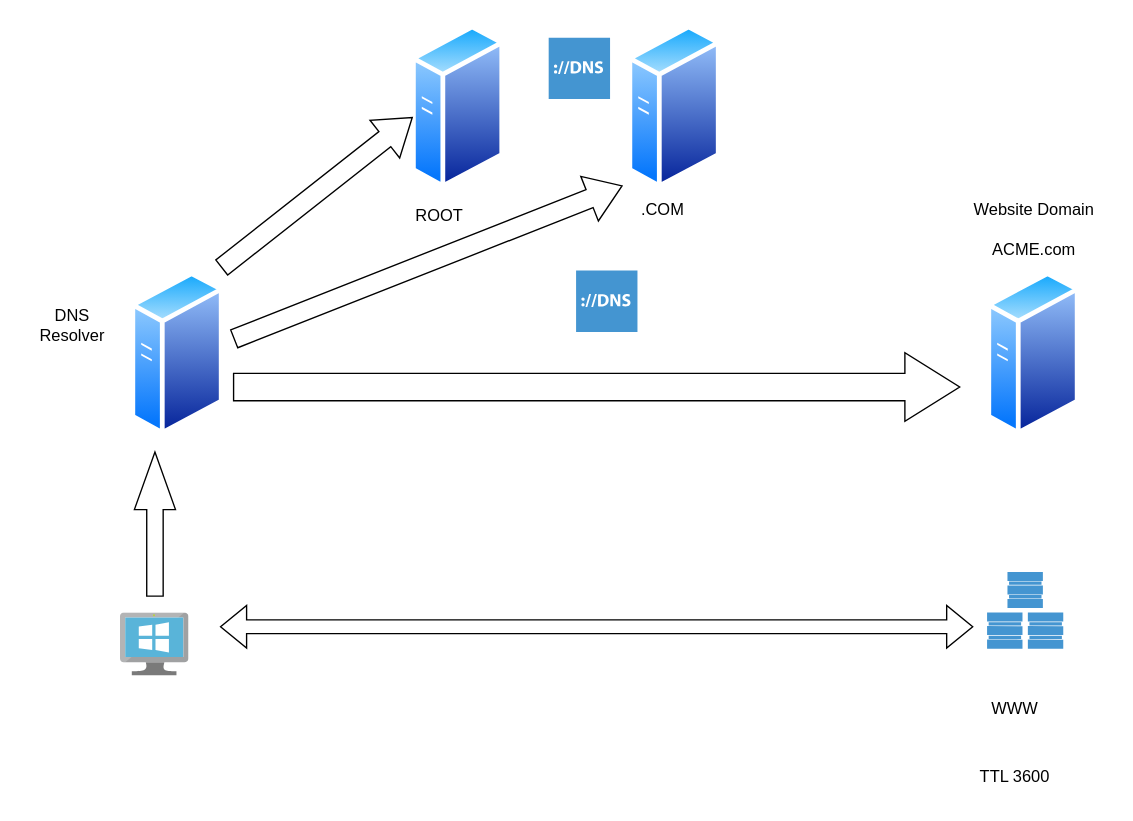
Above: AWS/Untitled Diagram.drawio in amccaskill/diagrams (draw.io), before the change. Source tidied: cells renumbered, new cells numbered last; positions are measured from the earlier drawing's top-left corner, leaving out a move shared by most shapes. Both pictures are drawn from the tidied source at 137%, with x=0, y=0 at pixel (23, 23).
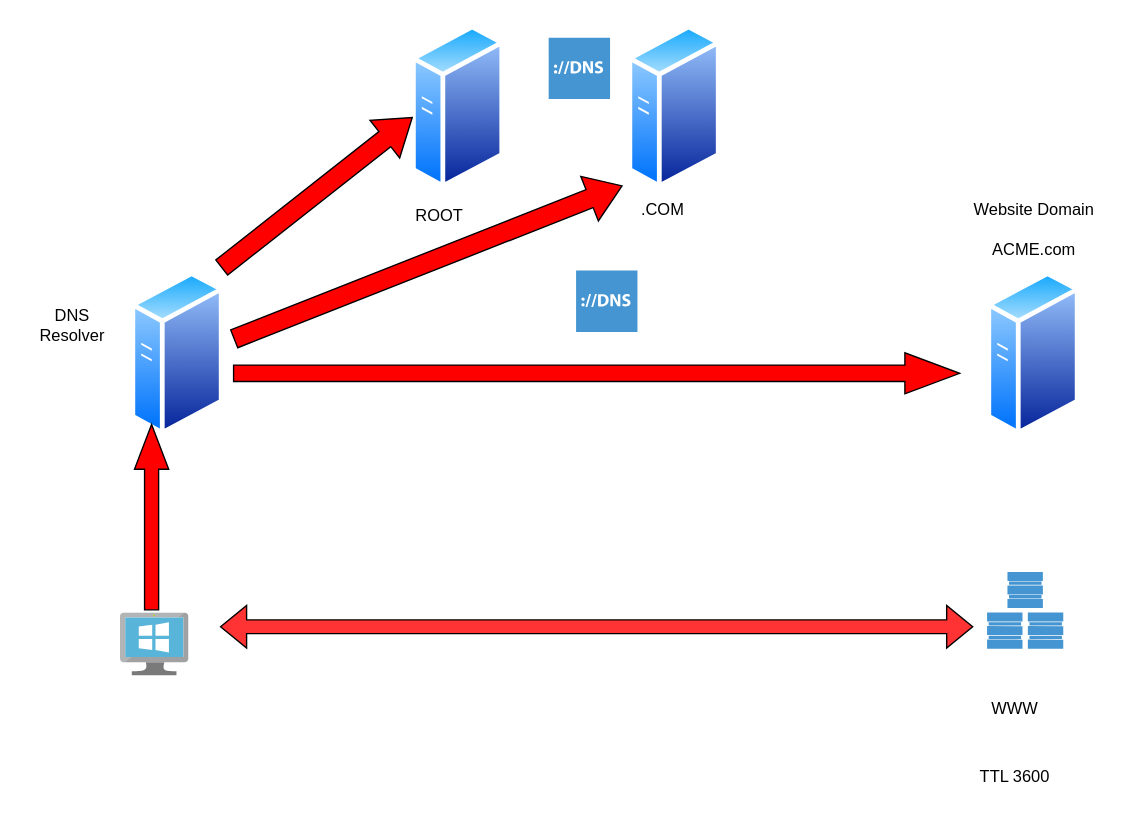
The same page after the edit.

Commit message (it also covers changes not shown here):
DNS Overview

The change refers to these unchanged cells:
```xml
<mxCell id="3" style="perimeter=ellipsePerimeter;html=1;align=center;shadow=0;dashed=0;spacingTop=3;image;image=img/lib/active_directory/generic_server.svg;" parent="1" vertex="1">
  <mxGeometry x="78.2" y="180" width="68" height="121.4" as="geometry" />
</mxCell>
<mxCell id="9" value=".COM" style="text;html=1;align=center;verticalAlign=middle;points=[];strokeColor=none;fillColor=none;" parent="1" vertex="1">
  <mxGeometry x="441" y="121.4" width="50" height="30" as="geometry" />
</mxCell>
```

What changed in the source:
```diff
@@
-    <mxCell id="12" style="html=1;shadow=0;dashed=0;align=center;verticalAlign=middle;shape=mxgraph.arrows2.arrow;dy=0.6;dx=40;notch=0;" parent="1" vertex="1">
-      <mxGeometry x="153" y="240" width="530" height="50" as="geometry" />
+    <mxCell id="12" style="html=1;shadow=0;dashed=0;align=center;verticalAlign=middle;shape=mxgraph.arrows2.arrow;dy=0.6;dx=40;notch=0;fillColor=#FF0000;" parent="1" vertex="1">
+      <mxGeometry x="153" y="240" width="530" height="30" as="geometry" />
     </mxCell>
-    <mxCell id="13" style="shape=flexArrow;endArrow=classic;html=1;rounded=0;width=14;endSize=8.15;entryX=-0.08;entryY=-0.114;entryDx=0;entryDy=0;entryPerimeter=0;" parent="1" edge="1" target="9">
+    <mxCell id="13" style="shape=flexArrow;endArrow=classic;html=1;rounded=0;width=14;endSize=8.15;entryX=-0.08;entryY=-0.114;entryDx=0;entryDy=0;entryPerimeter=0;fillColor=#FF0000;" parent="1" edge="1" target="9">
       <mxGeometry relative="1" as="geometry">
         <mxPoint x="153" y="230" as="sourcePoint" />
       </mxGeometry>
     </mxCell>
-    <mxCell id="14" style="shape=flexArrow;endArrow=classic;html=1;rounded=0;width=14;endSize=8.15;entryX=-0.08;entryY=-0.114;entryDx=0;entryDy=0;entryPerimeter=0;exitX=0.967;exitY=-0.016;exitDx=0;exitDy=0;exitPerimeter=0;" parent="1" edge="1" source="3">
+    <mxCell id="14" style="shape=flexArrow;endArrow=classic;html=1;rounded=0;width=14;endSize=8.15;entryX=-0.08;entryY=-0.114;entryDx=0;entryDy=0;entryPerimeter=0;exitX=0.967;exitY=-0.016;exitDx=0;exitDy=0;exitPerimeter=0;fillColor=#FF0000;" parent="1" edge="1" source="3">
       <mxGeometry relative="1" as="geometry">
         <mxPoint x="283.8" y="68" as="targetPoint" />
       </mxGeometry>
     </mxCell>
@@
-    <mxCell id="17" style="shape=singleArrow;whiteSpace=wrap;html=1;arrowWidth=0.4;arrowSize=0.4;shadow=0;rotation=-90;" parent="1" vertex="1">
-      <mxGeometry x="43" y="350" width="105.2" height="30" as="geometry" />
+    <mxCell id="17" style="shape=singleArrow;whiteSpace=wrap;html=1;arrowWidth=0.41039999999999965;arrowSize=0.24123909507614963;shadow=0;rotation=-90;fillColor=#FF0000;" parent="1" vertex="1">
+      <mxGeometry x="25.5" y="347.5" width="135.3" height="25" as="geometry" />
     </mxCell>
-    <mxCell id="18" style="shape=flexArrow;endArrow=classic;startArrow=classic;html=1;rounded=0;" parent="1" edge="1">
+    <mxCell id="18" style="shape=flexArrow;endArrow=classic;startArrow=classic;html=1;rounded=0;fillColor=#FF3333;" parent="1" edge="1">
       <mxGeometry relative="1" as="geometry">
         <mxPoint x="143" y="440" as="sourcePoint" />
         <mxPoint x="693" y="440" as="targetPoint" />
       </mxGeometry>
     </mxCell>
```
